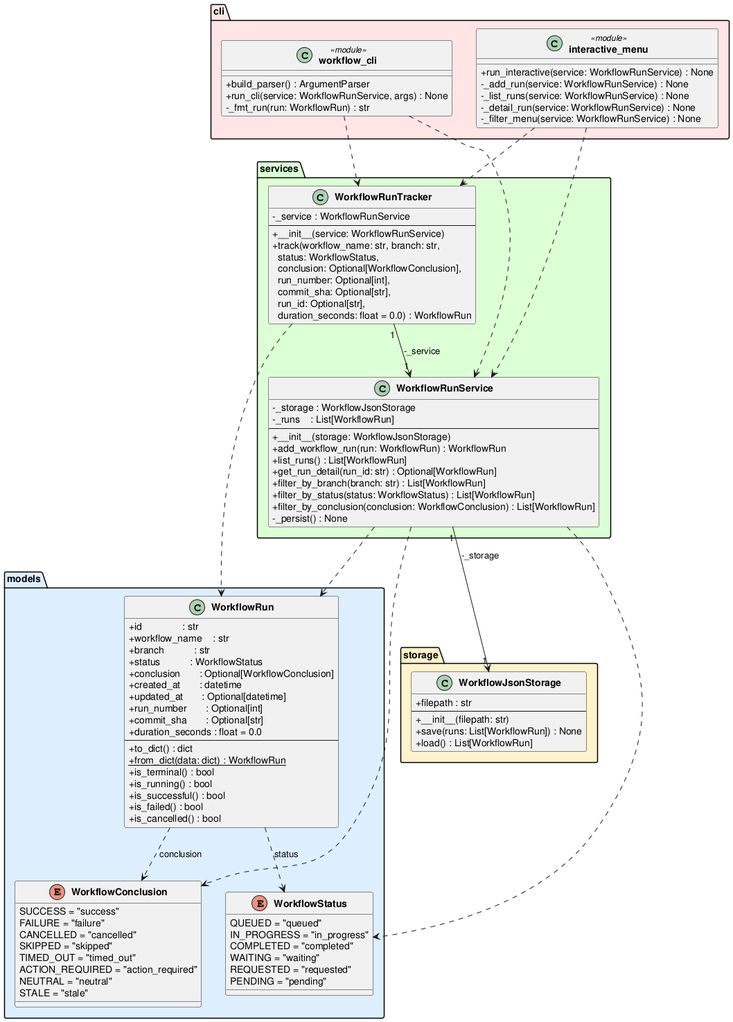
Before: experiments/supervisor_as_tools/user_stories/github-workflow-manager/artifacts/class_diagram.png, a diagram exported from PlantUML (DanielRiha8906/Software_autoevolution_using_agents).
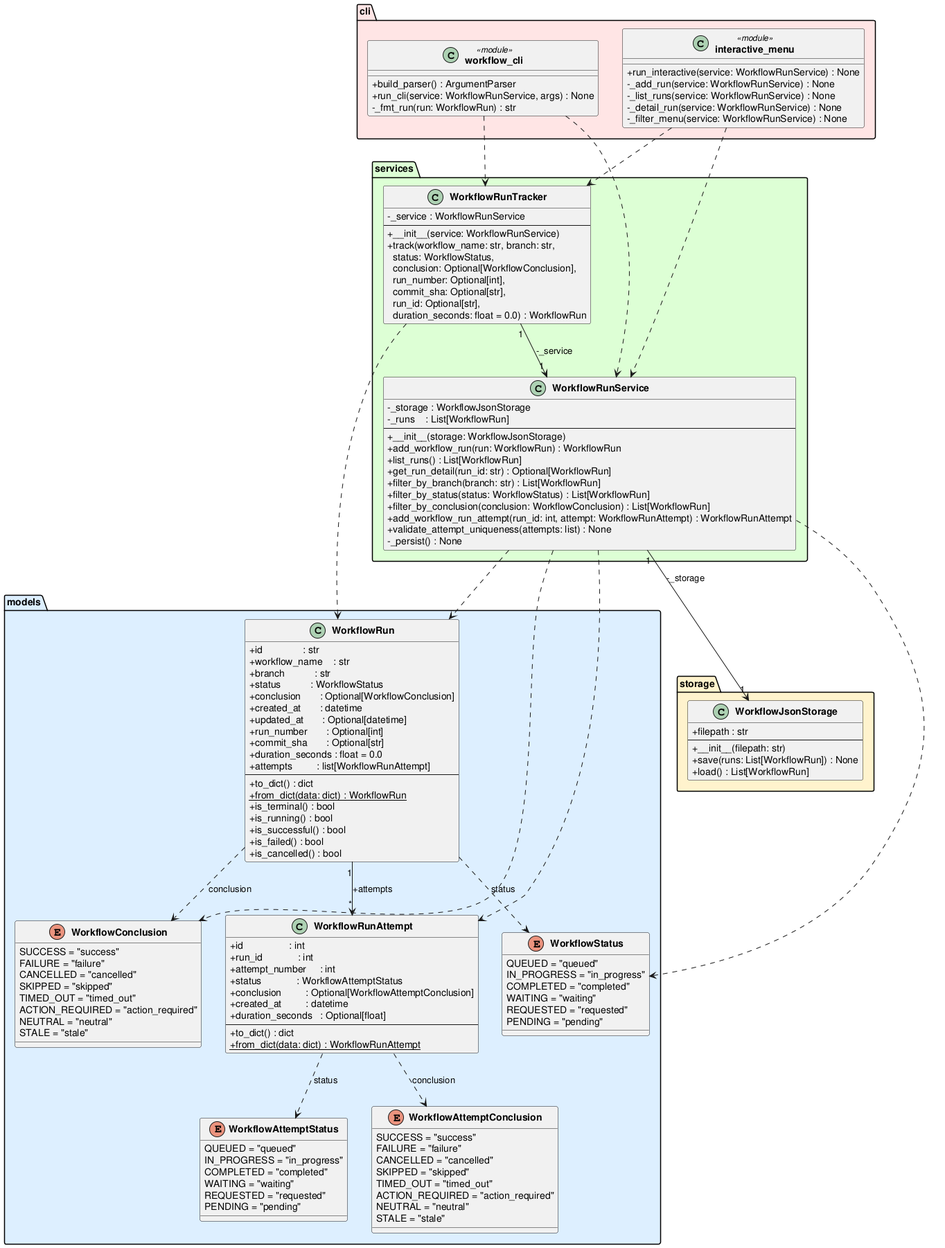
After the change.

The edit, as a diff of the source:
```diff
@@ -24,6 +24,26 @@
         STALE = "stale"
     }
 
+    enum WorkflowAttemptStatus {
+        QUEUED = "queued"
+        IN_PROGRESS = "in_progress"
+        COMPLETED = "completed"
+        WAITING = "waiting"
+        REQUESTED = "requested"
+        PENDING = "pending"
+    }
+
+    enum WorkflowAttemptConclusion {
+        SUCCESS = "success"
+        FAILURE = "failure"
+        CANCELLED = "cancelled"
+        SKIPPED = "skipped"
+        TIMED_OUT = "timed_out"
+        ACTION_REQUIRED = "action_required"
+        NEUTRAL = "neutral"
+        STALE = "stale"
+    }
+
     class WorkflowRun {
         +id               : str
         +workflow_name    : str
@@ -35,6 +55,7 @@
         +run_number       : Optional[int]
         +commit_sha       : Optional[str]
         +duration_seconds : float = 0.0
+        +attempts         : list[WorkflowRunAttempt]
         --
         +to_dict() : dict
         +{static} from_dict(data: dict) : WorkflowRun
@@ -43,6 +64,19 @@
         +is_successful() : bool
         +is_failed() : bool
         +is_cancelled() : bool
+    }
+
+    class WorkflowRunAttempt {
+        +id                 : int
+        +run_id             : int
+        +attempt_number     : int
+        +status             : WorkflowAttemptStatus
+        +conclusion         : Optional[WorkflowAttemptConclusion]
+        +created_at         : datetime
+        +duration_seconds   : Optional[float]
+        --
+        +to_dict() : dict
+        +{static} from_dict(data: dict) : WorkflowRunAttempt
     }
 }
 
@@ -68,6 +102,8 @@
         +filter_by_branch(branch: str) : List[WorkflowRun]
         +filter_by_status(status: WorkflowStatus) : List[WorkflowRun]
         +filter_by_conclusion(conclusion: WorkflowConclusion) : List[WorkflowRun]
+        +add_workflow_run_attempt(run_id: int, attempt: WorkflowRunAttempt) : WorkflowRunAttempt
+        +validate_attempt_uniqueness(attempts: list) : None
         -_persist() : None
     }
 
@@ -95,12 +131,16 @@
     }
 }
 
-WorkflowRun                ..>  WorkflowStatus        : status
-WorkflowRun                ..>  WorkflowConclusion    : conclusion
+WorkflowRun                ..>  WorkflowStatus           : status
+WorkflowRun                ..>  WorkflowConclusion       : conclusion
+WorkflowRun            "1" --> "*" WorkflowRunAttempt    : +attempts
+WorkflowRunAttempt         ..>  WorkflowAttemptStatus    : status
+WorkflowRunAttempt         ..>  WorkflowAttemptConclusion : conclusion
 WorkflowRunService    "1" --> "1" WorkflowJsonStorage : -_storage
 WorkflowRunService         ..>  WorkflowRun
 WorkflowRunService         ..>  WorkflowStatus
 WorkflowRunService         ..>  WorkflowConclusion
+WorkflowRunService         ..>  WorkflowRunAttempt
 WorkflowRunTracker    "1" --> "1" WorkflowRunService  : -_service
 WorkflowRunTracker         ..>  WorkflowRun
 "workflow_cli"             ..>  WorkflowRunService
```
